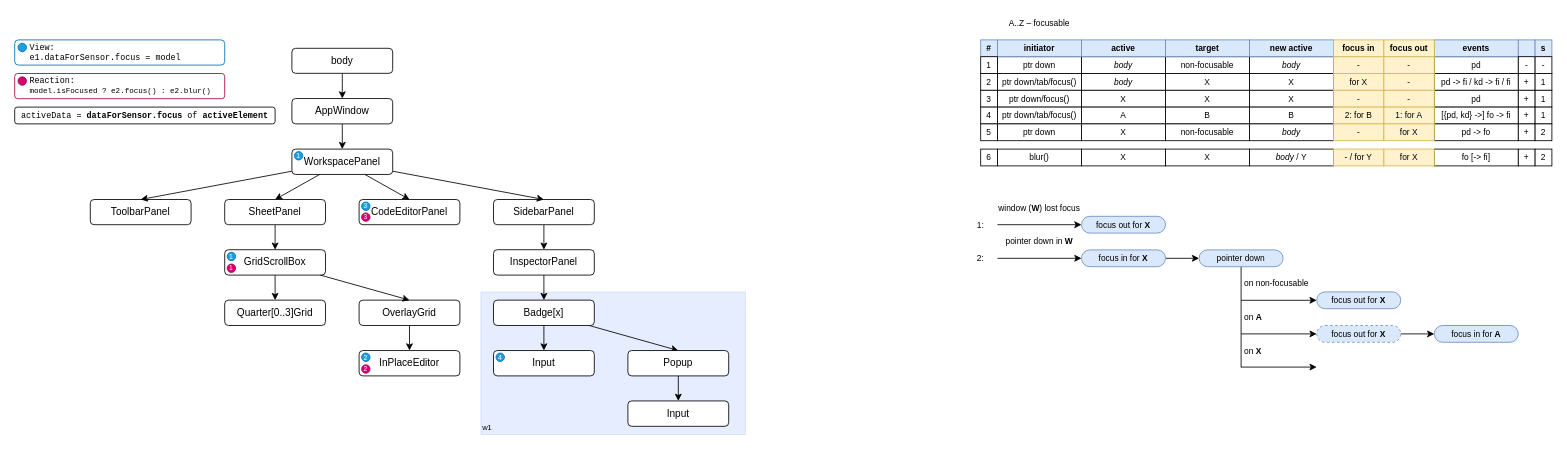
The draw.io diagram page "Focus" (2 of 3) of docs/dnd.drawio in nezaboodka/verstak, before the edit. Source tidied: cells renumbered, new cells numbered last; positions are measured from the earlier drawing's top-left corner, leaving out a move shared by most shapes. Both pictures are drawn from the tidied source at 84%, with x=0, y=0 at pixel (14, 14).
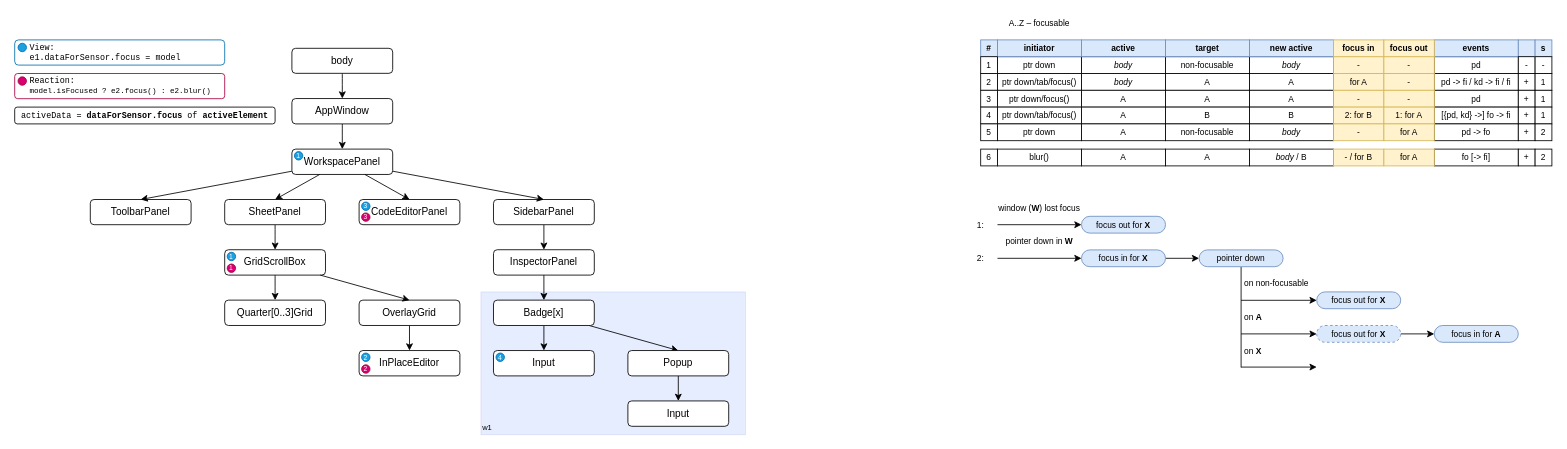
The same diagram, later.

The edit, as a diff of the source:
```diff
@@
-    <mxCell id="71" value="X" style="rounded=0;whiteSpace=wrap;html=1;labelBorderColor=none;fontSize=10;strokeColor=default;" parent="1" vertex="1">
+    <mxCell id="71" value="A" style="rounded=0;whiteSpace=wrap;html=1;labelBorderColor=none;fontSize=10;strokeColor=default;" parent="1" vertex="1">
       <mxGeometry x="1370" y="70" width="100" height="20" as="geometry" />
     </mxCell>
-    <mxCell id="72" value="X" style="rounded=0;whiteSpace=wrap;html=1;labelBorderColor=none;fontSize=10;strokeColor=default;" parent="1" vertex="1">
+    <mxCell id="72" value="A" style="rounded=0;whiteSpace=wrap;html=1;labelBorderColor=none;fontSize=10;strokeColor=default;" parent="1" vertex="1">
       <mxGeometry x="1270" y="90" width="100" height="20" as="geometry" />
     </mxCell>
-    <mxCell id="73" value="X" style="rounded=0;whiteSpace=wrap;html=1;labelBorderColor=none;fontSize=10;strokeColor=default;" parent="1" vertex="1">
+    <mxCell id="73" value="A" style="rounded=0;whiteSpace=wrap;html=1;labelBorderColor=none;fontSize=10;strokeColor=default;" parent="1" vertex="1">
       <mxGeometry x="1370" y="90" width="100" height="20" as="geometry" />
     </mxCell>
@@
-    <mxCell id="76" value="X" style="rounded=0;whiteSpace=wrap;html=1;labelBorderColor=none;fontSize=10;strokeColor=default;" parent="1" vertex="1">
+    <mxCell id="76" value="A" style="rounded=0;whiteSpace=wrap;html=1;labelBorderColor=none;fontSize=10;strokeColor=default;" parent="1" vertex="1">
       <mxGeometry x="1270" y="130" width="100" height="20" as="geometry" />
     </mxCell>
@@
-    <mxCell id="92" value="X" style="rounded=0;whiteSpace=wrap;html=1;labelBorderColor=none;fontSize=10;strokeColor=default;" parent="1" vertex="1">
+    <mxCell id="92" value="A" style="rounded=0;whiteSpace=wrap;html=1;labelBorderColor=none;fontSize=10;strokeColor=default;" parent="1" vertex="1">
       <mxGeometry x="1470" y="70" width="100" height="20" as="geometry" />
     </mxCell>
-    <mxCell id="93" value="X" style="rounded=0;whiteSpace=wrap;html=1;labelBorderColor=none;fontSize=10;strokeColor=default;" parent="1" vertex="1">
+    <mxCell id="93" value="A" style="rounded=0;whiteSpace=wrap;html=1;labelBorderColor=none;fontSize=10;strokeColor=default;" parent="1" vertex="1">
       <mxGeometry x="1470" y="90" width="100" height="20" as="geometry" />
     </mxCell>
@@
-    <mxCell id="100" value="for X" style="rounded=0;whiteSpace=wrap;html=1;labelBorderColor=none;fontSize=10;strokeColor=#d6b656;fillColor=#fff2cc;" parent="1" vertex="1">
+    <mxCell id="100" value="for A" style="rounded=0;whiteSpace=wrap;html=1;labelBorderColor=none;fontSize=10;strokeColor=#d6b656;fillColor=#fff2cc;" parent="1" vertex="1">
       <mxGeometry x="1570" y="70" width="60" height="20" as="geometry" />
     </mxCell>
@@
-    <mxCell id="107" value="for X" style="rounded=0;whiteSpace=wrap;html=1;labelBorderColor=none;fontSize=10;strokeColor=#d6b656;fillColor=#fff2cc;" parent="1" vertex="1">
+    <mxCell id="107" value="for A" style="rounded=0;whiteSpace=wrap;html=1;labelBorderColor=none;fontSize=10;strokeColor=#d6b656;fillColor=#fff2cc;" parent="1" vertex="1">
       <mxGeometry x="1630" y="130" width="60" height="20" as="geometry" />
     </mxCell>
@@
-    <mxCell id="109" value="X" style="rounded=0;whiteSpace=wrap;html=1;labelBorderColor=none;fontSize=10;strokeColor=default;" parent="1" vertex="1">
+    <mxCell id="109" value="A" style="rounded=0;whiteSpace=wrap;html=1;labelBorderColor=none;fontSize=10;strokeColor=default;" parent="1" vertex="1">
       <mxGeometry x="1270" y="160" width="100" height="20" as="geometry" />
     </mxCell>
-    <mxCell id="110" value="X" style="rounded=0;whiteSpace=wrap;html=1;labelBorderColor=none;fontSize=10;strokeColor=default;" parent="1" vertex="1">
+    <mxCell id="110" value="A" style="rounded=0;whiteSpace=wrap;html=1;labelBorderColor=none;fontSize=10;strokeColor=default;" parent="1" vertex="1">
       <mxGeometry x="1370" y="160" width="100" height="20" as="geometry" />
     </mxCell>
@@
-    <mxCell id="113" value="body &lt;span style=&quot;font-style: normal&quot;&gt;/&lt;/span&gt; &lt;span style=&quot;font-style: normal&quot;&gt;Y&lt;/span&gt;" style="rounded=0;whiteSpace=wrap;html=1;labelBorderColor=none;fontSize=10;strokeColor=default;fontStyle=2;" parent="1" vertex="1">
+    <mxCell id="113" value="body &lt;span style=&quot;font-style: normal&quot;&gt;/&lt;/span&gt;&amp;nbsp;&lt;span style=&quot;font-style: normal&quot;&gt;B&lt;/span&gt;" style="rounded=0;whiteSpace=wrap;html=1;labelBorderColor=none;fontSize=10;strokeColor=default;fontStyle=2;" parent="1" vertex="1">
       <mxGeometry x="1470" y="160" width="100" height="20" as="geometry" />
     </mxCell>
-    <mxCell id="114" value="- / for Y" style="rounded=0;whiteSpace=wrap;html=1;labelBorderColor=none;fontSize=10;strokeColor=#d6b656;fillColor=#fff2cc;" parent="1" vertex="1">
+    <mxCell id="114" value="- / for B" style="rounded=0;whiteSpace=wrap;html=1;labelBorderColor=none;fontSize=10;strokeColor=#d6b656;fillColor=#fff2cc;" parent="1" vertex="1">
       <mxGeometry x="1570" y="160" width="60" height="20" as="geometry" />
     </mxCell>
-    <mxCell id="115" value="for X" style="rounded=0;whiteSpace=wrap;html=1;labelBorderColor=none;fontSize=10;strokeColor=#d6b656;fillColor=#fff2cc;" parent="1" vertex="1">
+    <mxCell id="115" value="for A" style="rounded=0;whiteSpace=wrap;html=1;labelBorderColor=none;fontSize=10;strokeColor=#d6b656;fillColor=#fff2cc;" parent="1" vertex="1">
       <mxGeometry x="1630" y="160" width="60" height="20" as="geometry" />
     </mxCell>
```
